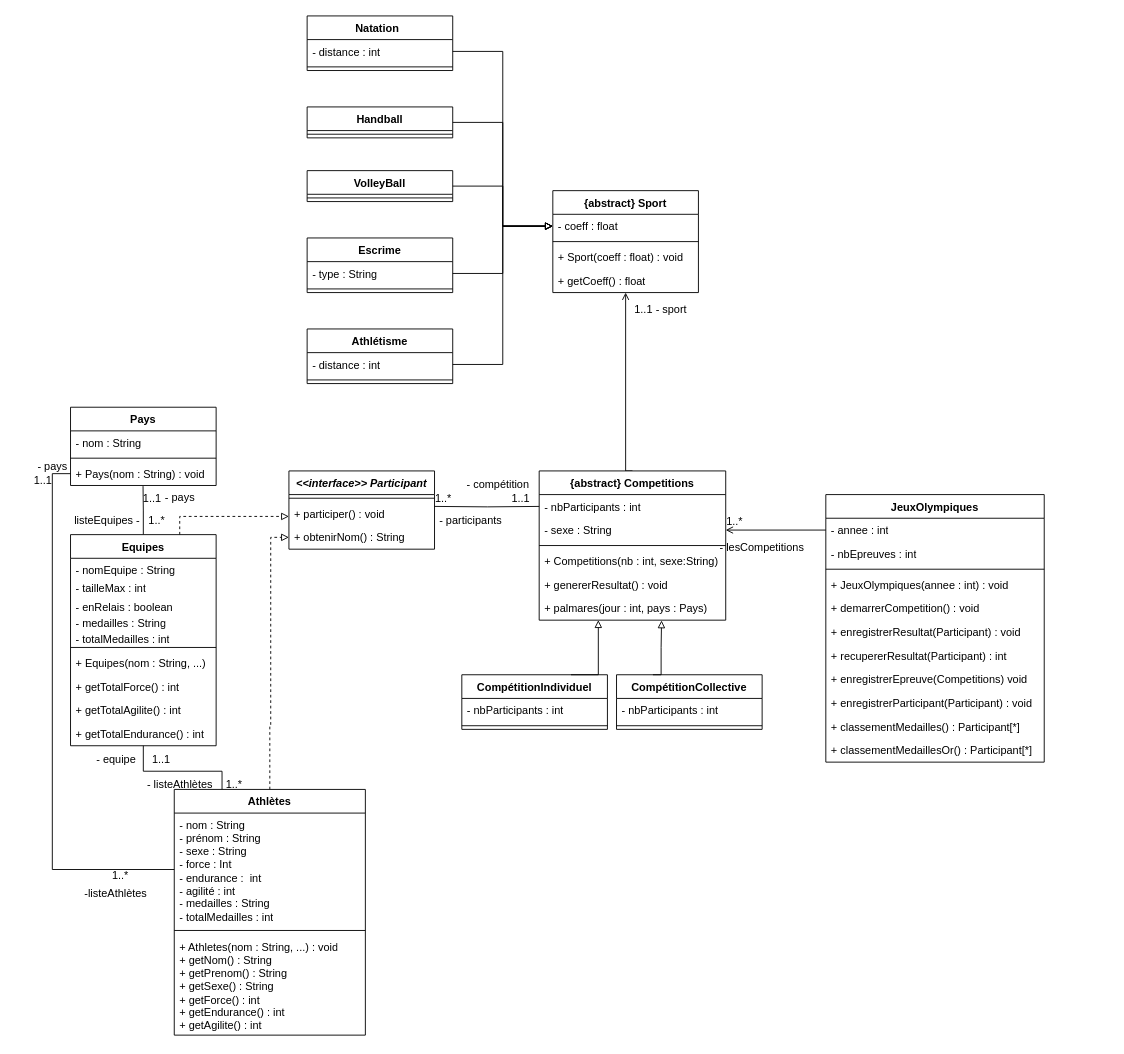
This is Diagramme sans nom.drawio from alexisnisol/JeuxOlympiques, a draw.io file, before an edit. Source tidied: cells renumbered, new cells numbered last; positions are measured from the earlier drawing's top-left corner, leaving out a move shared by most shapes. Both pictures are drawn from the tidied source at 91%, with x=0, y=0 at pixel (15, 15).
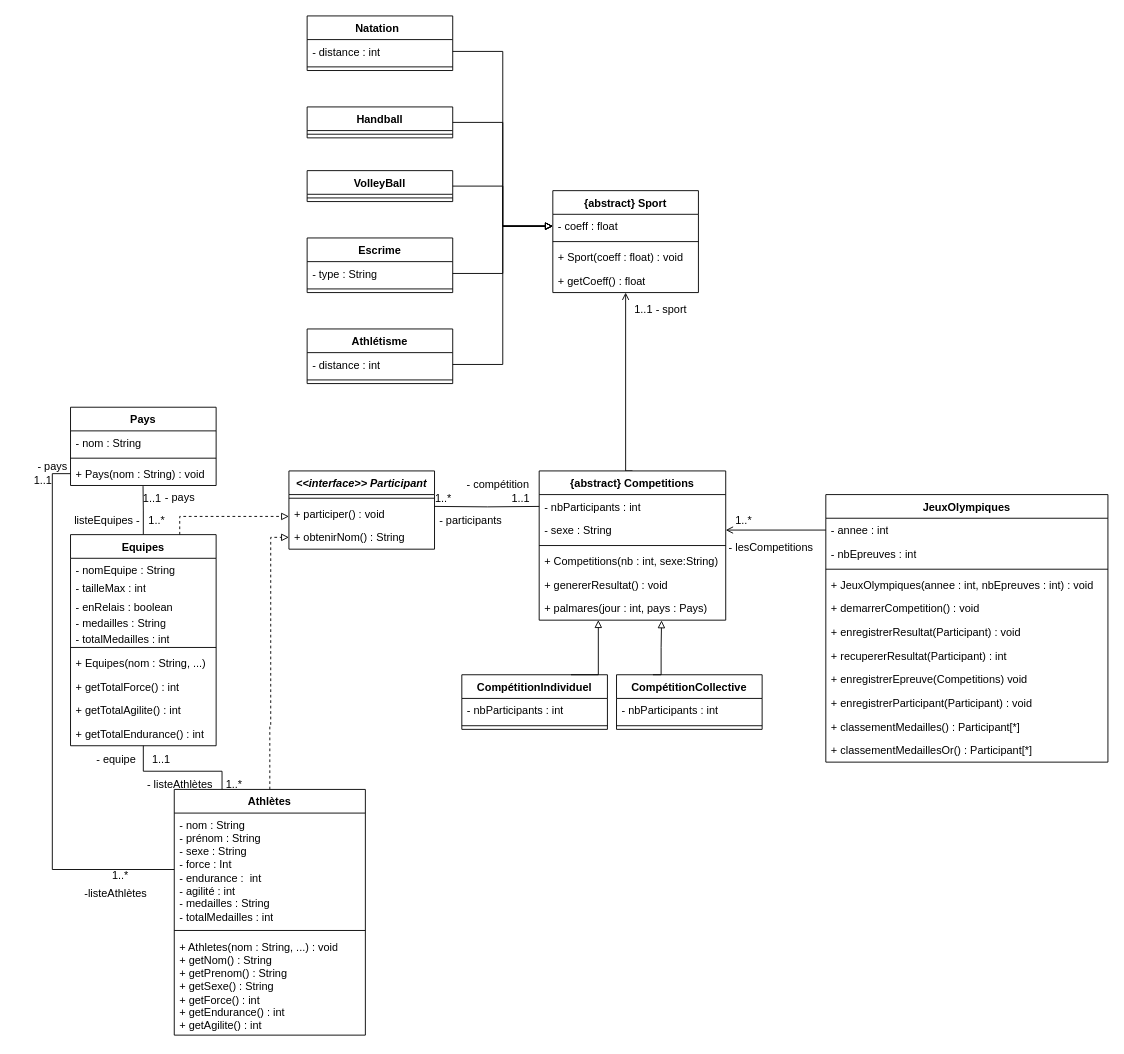
Above is the later version.

Commit message (it also covers changes not shown here):
Mettre à jour Diagramme sans nom.drawio

What changed in the source:
```diff
@@
     <mxCell id="68" value="JeuxOlympiques" style="swimlane;fontStyle=1;align=center;verticalAlign=top;horizontal=1;startSize=26;whiteSpace=wrap;html=1;" parent="1" vertex="1">
-      <mxGeometry x="890" y="526" width="240" height="294" as="geometry" />
+      <mxGeometry x="890" y="526" width="310" height="294" as="geometry" />
     </mxCell>
     <mxCell id="69" value="- annee : int" style="text;strokeColor=none;fillColor=none;align=left;verticalAlign=top;spacingLeft=4;spacingRight=4;overflow=hidden;points=[[0,0.5],[1,0.5]];portConstraint=eastwest;whiteSpace=wrap;html=1;" parent="68" vertex="1">
-      <mxGeometry y="26" width="240" height="26" as="geometry" />
+      <mxGeometry y="26" width="310" height="26" as="geometry" />
     </mxCell>
     <mxCell id="70" value="- nbEpreuves : int" style="text;strokeColor=none;fillColor=none;align=left;verticalAlign=top;spacingLeft=4;spacingRight=4;overflow=hidden;whiteSpace=wrap;html=1;" parent="68" vertex="1">
-      <mxGeometry y="52" width="240" height="26" as="geometry" />
+      <mxGeometry y="52" width="310" height="26" as="geometry" />
     </mxCell>
     <mxCell id="71" style="line;strokeWidth=1;fillColor=none;align=left;verticalAlign=middle;spacingTop=-1;spacingLeft=3;spacingRight=3;labelPosition=right;strokeColor=inherit;" parent="68" vertex="1">
-      <mxGeometry y="78" width="240" height="8" as="geometry" />
+      <mxGeometry y="78" width="310" height="8" as="geometry" />
     </mxCell>
-    <mxCell id="72" value="+ JeuxOlympiques(annee : int) : void" style="text;strokeColor=none;fillColor=none;align=left;verticalAlign=top;spacingLeft=4;spacingRight=4;overflow=hidden;whiteSpace=wrap;html=1;" parent="68" vertex="1">
-      <mxGeometry y="86" width="240" height="26" as="geometry" />
+    <mxCell id="72" value="+ JeuxOlympiques(annee : int, nbEpreuves : int) : void" style="text;strokeColor=none;fillColor=none;align=left;verticalAlign=top;spacingLeft=4;spacingRight=4;overflow=hidden;whiteSpace=wrap;html=1;" parent="68" vertex="1">
+      <mxGeometry y="86" width="310" height="26" as="geometry" />
     </mxCell>
     <mxCell id="73" value="+ demarrerCompetition() : void" style="text;strokeColor=none;fillColor=none;align=left;verticalAlign=top;spacingLeft=4;spacingRight=4;overflow=hidden;whiteSpace=wrap;html=1;" parent="68" vertex="1">
-      <mxGeometry y="112" width="240" height="26" as="geometry" />
+      <mxGeometry y="112" width="310" height="26" as="geometry" />
     </mxCell>
     <mxCell id="74" value="+ enregistrerResultat(Participant) : void" style="text;strokeColor=none;fillColor=none;align=left;verticalAlign=top;spacingLeft=4;spacingRight=4;overflow=hidden;whiteSpace=wrap;html=1;" parent="68" vertex="1">
-      <mxGeometry y="138" width="240" height="26" as="geometry" />
+      <mxGeometry y="138" width="310" height="26" as="geometry" />
     </mxCell>
     <mxCell id="75" value="+ recupererResultat(Participant) : int&amp;nbsp;" style="text;strokeColor=none;fillColor=none;align=left;verticalAlign=top;spacingLeft=4;spacingRight=4;overflow=hidden;whiteSpace=wrap;html=1;" parent="68" vertex="1">
-      <mxGeometry y="164" width="240" height="26" as="geometry" />
+      <mxGeometry y="164" width="310" height="26" as="geometry" />
     </mxCell>
     <mxCell id="76" value="+ enregistrerEpreuve(Competitions) void" style="text;strokeColor=none;fillColor=none;align=left;verticalAlign=top;spacingLeft=4;spacingRight=4;overflow=hidden;whiteSpace=wrap;html=1;" parent="68" vertex="1">
-      <mxGeometry y="190" width="240" height="26" as="geometry" />
+      <mxGeometry y="190" width="310" height="26" as="geometry" />
     </mxCell>
     <mxCell id="77" value="+ enregistrerParticipant(Participant) : void" style="text;strokeColor=none;fillColor=none;align=left;verticalAlign=top;spacingLeft=4;spacingRight=4;overflow=hidden;whiteSpace=wrap;html=1;" parent="68" vertex="1">
-      <mxGeometry y="216" width="240" height="26" as="geometry" />
+      <mxGeometry y="216" width="310" height="26" as="geometry" />
     </mxCell>
     <mxCell id="78" value="+ classementMedailles() : Participant[*]" style="text;strokeColor=none;fillColor=none;align=left;verticalAlign=top;spacingLeft=4;spacingRight=4;overflow=hidden;whiteSpace=wrap;html=1;" parent="68" vertex="1">
-      <mxGeometry y="242" width="240" height="26" as="geometry" />
+      <mxGeometry y="242" width="310" height="26" as="geometry" />
     </mxCell>
     <mxCell id="79" value="+ classementMedaillesOr() : Participant[*]" style="text;strokeColor=none;fillColor=none;align=left;verticalAlign=top;spacingLeft=4;spacingRight=4;overflow=hidden;whiteSpace=wrap;html=1;" parent="68" vertex="1">
-      <mxGeometry y="268" width="240" height="26" as="geometry" />
+      <mxGeometry y="268" width="310" height="26" as="geometry" />
     </mxCell>
@@
     <mxCell id="83" value="- lesCompetitions" style="text;html=1;align=center;verticalAlign=middle;whiteSpace=wrap;rounded=0;" parent="1" vertex="1">
-      <mxGeometry x="770" y="570" width="100" height="30" as="geometry" />
+      <mxGeometry x="780" y="570" width="100" height="30" as="geometry" />
     </mxCell>
@@
     <mxCell id="97" value="1..*" style="text;html=1;align=center;verticalAlign=middle;whiteSpace=wrap;rounded=0;" parent="1" vertex="1">
-      <mxGeometry x="760" y="541" width="60" height="30" as="geometry" />
+      <mxGeometry x="770" y="540" width="60" height="30" as="geometry" />
     </mxCell>
```
